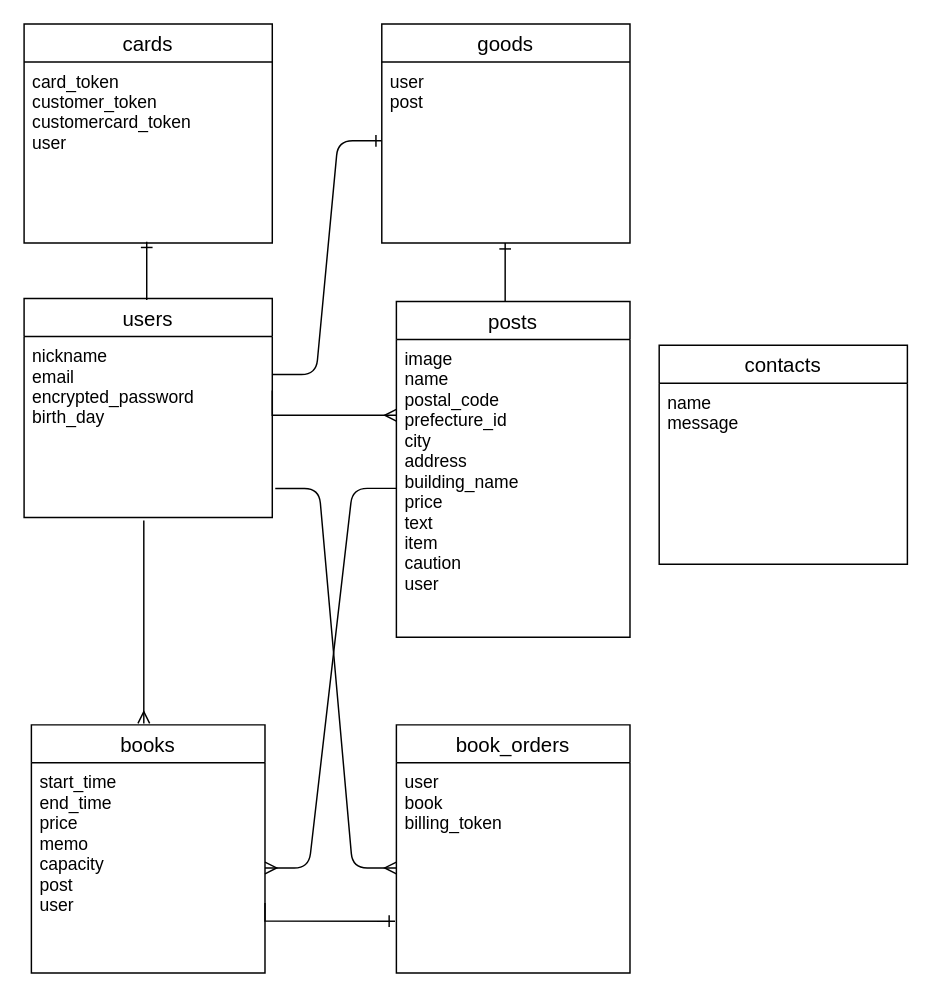
Earlier version of the draw.io diagram ER.dio (shima159753/fitfac). Source tidied: cells renumbered, new cells numbered last; positions are measured from the earlier drawing's top-left corner, leaving out a move shared by most shapes. Both pictures are drawn from the tidied source at 146%, with x=0, y=0 at pixel (23, 23).
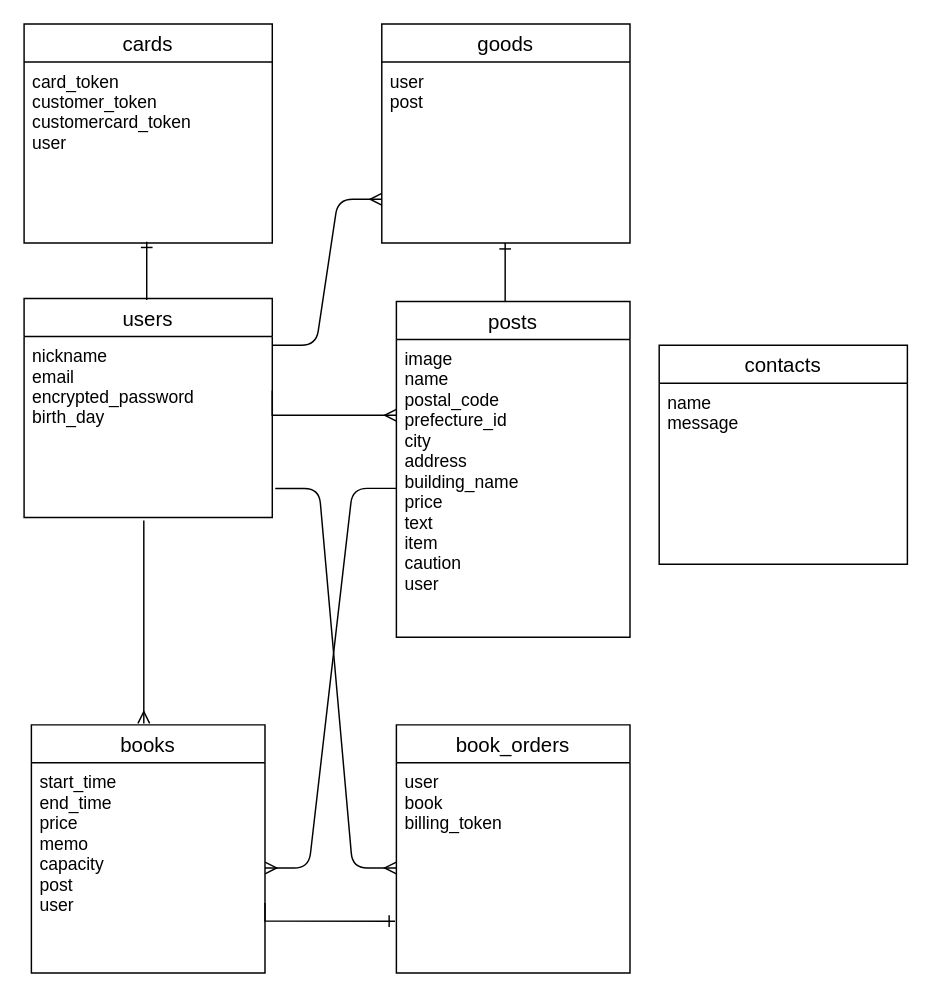
The same page after the edit.

The change refers to these unchanged cells:
```xml
<mxCell id="19" value="user&#10;post" style="text;strokeColor=none;fillColor=none;spacingLeft=4;spacingRight=4;overflow=hidden;points=[[0,0.5],[1,0.5]];portConstraint=eastwest;fontSize=12;" parent="18" vertex="1">
  <mxGeometry y="26" width="170" height="124" as="geometry" />
</mxCell>
```

Diff of the diagram source:
```diff
@@
-    <mxCell id="20" style="edgeStyle=entityRelationEdgeStyle;fontSize=12;html=1;endArrow=ERone;endFill=1;entryX=0;entryY=0.435;entryDx=0;entryDy=0;entryPerimeter=0;" parent="1" edge="1" target="19">
-      <mxGeometry relative="1" as="geometry">
-        <mxPoint x="170" y="240" as="sourcePoint" />
-      </mxGeometry>
-    </mxCell>
@@
+    <mxCell id="24" style="edgeStyle=entityRelationEdgeStyle;fontSize=12;html=1;endArrow=ERmany;exitX=1.012;exitY=0.839;exitDx=0;exitDy=0;exitPerimeter=0;entryX=0;entryY=0.758;entryDx=0;entryDy=0;entryPerimeter=0;" parent="1" edge="1" target="19">
+      <mxGeometry relative="1" as="geometry">
+        <mxPoint x="170" y="220" as="sourcePoint" />
+      </mxGeometry>
+    </mxCell>
```
